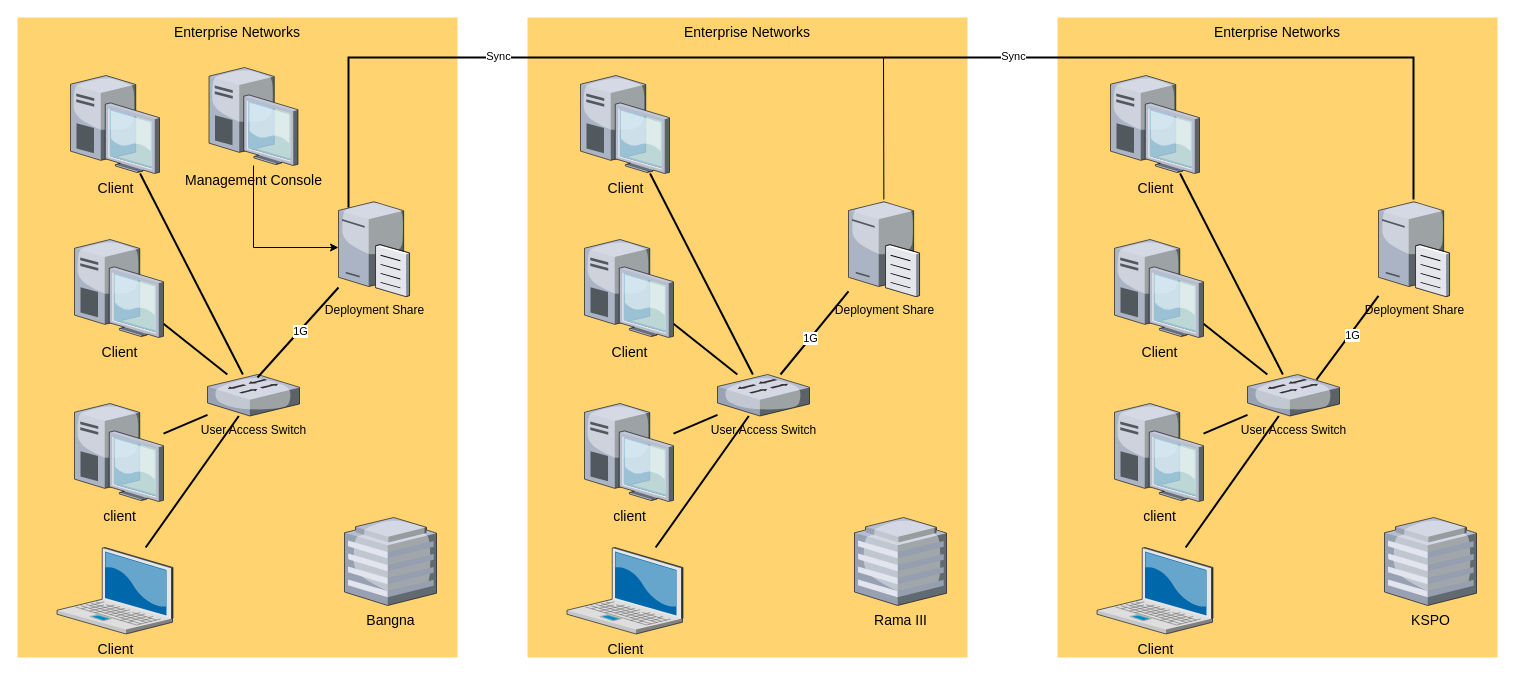
The draw.io diagram Untitled Diagram.drawio in Eddardx/MDT, before the edit. Source tidied: cells renumbered, new cells numbered last; positions are measured from the earlier drawing's top-left corner, leaving out a move shared by most shapes. Both pictures are drawn from the tidied source at 100%, with x=0, y=0 at pixel (17, 17).
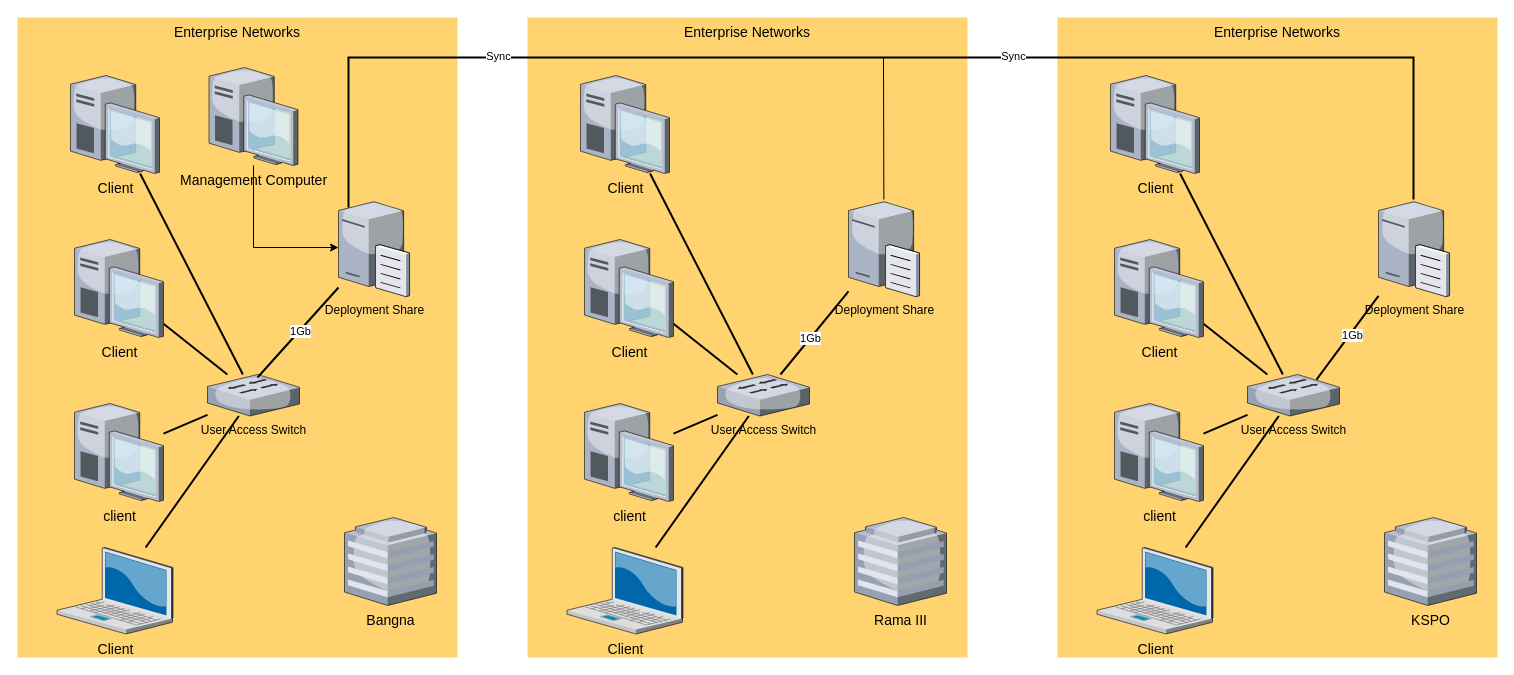
The same page after the edit.

The change refers to these unchanged cells:
```xml
<mxCell id="38" style="edgeStyle=none;rounded=0;html=1;startSize=10;endSize=10;jettySize=auto;fontSize=14;endArrow=none;endFill=0;strokeWidth=2;" parent="1" edge="1" source="14">
  <mxGeometry relative="1" as="geometry">
    <mxPoint x="240" y="360" as="targetPoint" />
  </mxGeometry>
</mxCell>
<mxCell id="44" style="edgeStyle=none;rounded=0;html=1;startSize=10;endSize=10;jettySize=auto;fontSize=14;endArrow=none;endFill=0;strokeWidth=2;" parent="1" edge="1" source="25" target="24">
  <mxGeometry relative="1" as="geometry" />
</mxCell>
<mxCell id="46" style="edgeStyle=none;rounded=0;html=1;startSize=10;endSize=10;jettySize=auto;fontSize=14;endArrow=none;endFill=0;strokeWidth=2;" parent="1" edge="1" source="36">
  <mxGeometry relative="1" as="geometry">
    <mxPoint x="1299" y="362.1" as="targetPoint" />
  </mxGeometry>
</mxCell>
```

Change to the diagram source:
```diff
@@
-    <mxCell id="39" value="1G" style="edgeLabel;html=1;align=center;verticalAlign=middle;" parent="38" vertex="1">
+    <mxCell id="39" value="1Gb" style="edgeLabel;html=1;align=center;verticalAlign=middle;" parent="38" vertex="1">
       <mxGeometry x="-0.05" y="1" relative="1" as="geometry" />
     </mxCell>
@@
-    <mxCell id="45" value="1G" style="edgeLabel;html=1;align=center;verticalAlign=middle;" parent="44" vertex="1">
+    <mxCell id="45" value="1Gb" style="edgeLabel;html=1;align=center;verticalAlign=middle;" parent="44" vertex="1">
       <mxGeometry x="0.13" y="-1" relative="1" as="geometry">
         <mxPoint x="1" as="offset" />
       </mxGeometry>
     </mxCell>
@@
-    <mxCell id="47" value="1G" style="edgeLabel;html=1;align=center;verticalAlign=middle;" parent="46" vertex="1">
+    <mxCell id="47" value="1Gb" style="edgeLabel;html=1;align=center;verticalAlign=middle;" parent="46" vertex="1">
       <mxGeometry x="-0.1" y="2" relative="1" as="geometry" />
     </mxCell>
@@
-    <mxCell id="49" value="Management Console" style="verticalLabelPosition=bottom;html=1;verticalAlign=top;strokeColor=none;shape=mxgraph.citrix.desktop;fillColor=#66B2FF;gradientColor=#0066CC;fontSize=14;" parent="1" vertex="1">
+    <mxCell id="49" value="Management Computer" style="verticalLabelPosition=bottom;html=1;verticalAlign=top;strokeColor=none;shape=mxgraph.citrix.desktop;fillColor=#66B2FF;gradientColor=#0066CC;fontSize=14;" parent="1" vertex="1">
       <mxGeometry x="191.5" y="50" width="89" height="98" as="geometry" />
     </mxCell>
```
